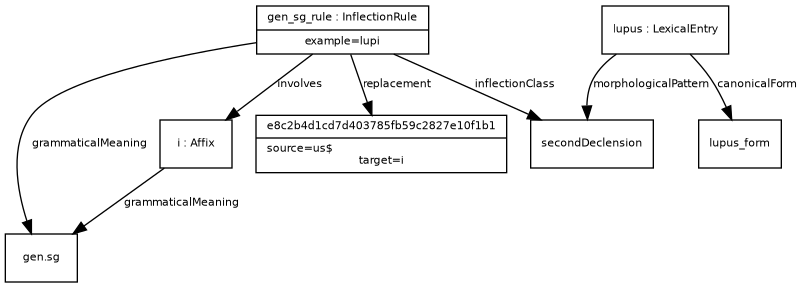
Above: examples/example_11.png in ontolex/morph (Graphviz), before the change. Its source is kept beside it as examples/example_11.dot. The source it was exported from:
```dot
digraph G {
  fontname = "Bitstream Vera Sans"
    fontsize = 8

    node [
      fontname = "Bitstream Vera Sans"
      fontsize = 8
      shape = "record"
    ]

    edge [
      fontname = "Bitstream Vera Sans"
      fontsize = 8
    ]

e8c2b4d1cd7d403785fb59c2827e10f1b1 [ label="{e8c2b4d1cd7d403785fb59c2827e10f1b1|source=us$\ltarget=i}" ]
gen_sg_rule -> e8c2b4d1cd7d403785fb59c2827e10f1b1 [ label="replacement" ]
secondDeclension [ label="{secondDeclension}" ]
gen_sg_rule -> secondDeclension [ label="inflectionClass" ]
gensg [ label="{gen.sg}" ]
gen_sg_rule -> gensg [ label="grammaticalMeaning" ]
i -> gensg [ label="grammaticalMeaning" ]
i [ label="{i : Affix}" ]
gen_sg_rule -> i [ label="involves" ]
gen_sg_rule [ label="{gen_sg_rule : InflectionRule|example=lupi}" ]
lupus_form [ label="{lupus_form}" ]
lupus -> lupus_form [ label="canonicalForm" ]
lupus -> secondDeclension [ label="morphologicalPattern" ]
lupus [ label="{lupus : LexicalEntry}" ]
}
```
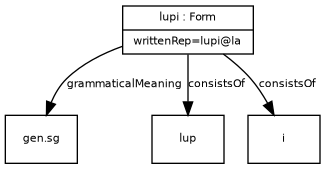
After the commit.

The edit, as a diff of the source:
```diff
@@ -13,18 +13,11 @@
       fontsize = 8
     ]
 
-e8c2b4d1cd7d403785fb59c2827e10f1b1 [ label="{e8c2b4d1cd7d403785fb59c2827e10f1b1|source=us$\ltarget=i}" ]
-gen_sg_rule -> e8c2b4d1cd7d403785fb59c2827e10f1b1 [ label="replacement" ]
-secondDeclension [ label="{secondDeclension}" ]
-gen_sg_rule -> secondDeclension [ label="inflectionClass" ]
 gensg [ label="{gen.sg}" ]
-gen_sg_rule -> gensg [ label="grammaticalMeaning" ]
-i -> gensg [ label="grammaticalMeaning" ]
-i [ label="{i : Affix}" ]
-gen_sg_rule -> i [ label="involves" ]
-gen_sg_rule [ label="{gen_sg_rule : InflectionRule|example=lupi}" ]
-lupus_form [ label="{lupus_form}" ]
-lupus -> lupus_form [ label="canonicalForm" ]
-lupus -> secondDeclension [ label="morphologicalPattern" ]
-lupus [ label="{lupus : LexicalEntry}" ]
+lupi -> gensg [ label="grammaticalMeaning" ]
+lup [ label="{lup}" ]
+lupi -> lup [ label="consistsOf" ]
+i [ label="{i}" ]
+lupi -> i [ label="consistsOf" ]
+lupi [ label="{lupi : Form|writtenRep=lupi@la}" ]
 }
```
